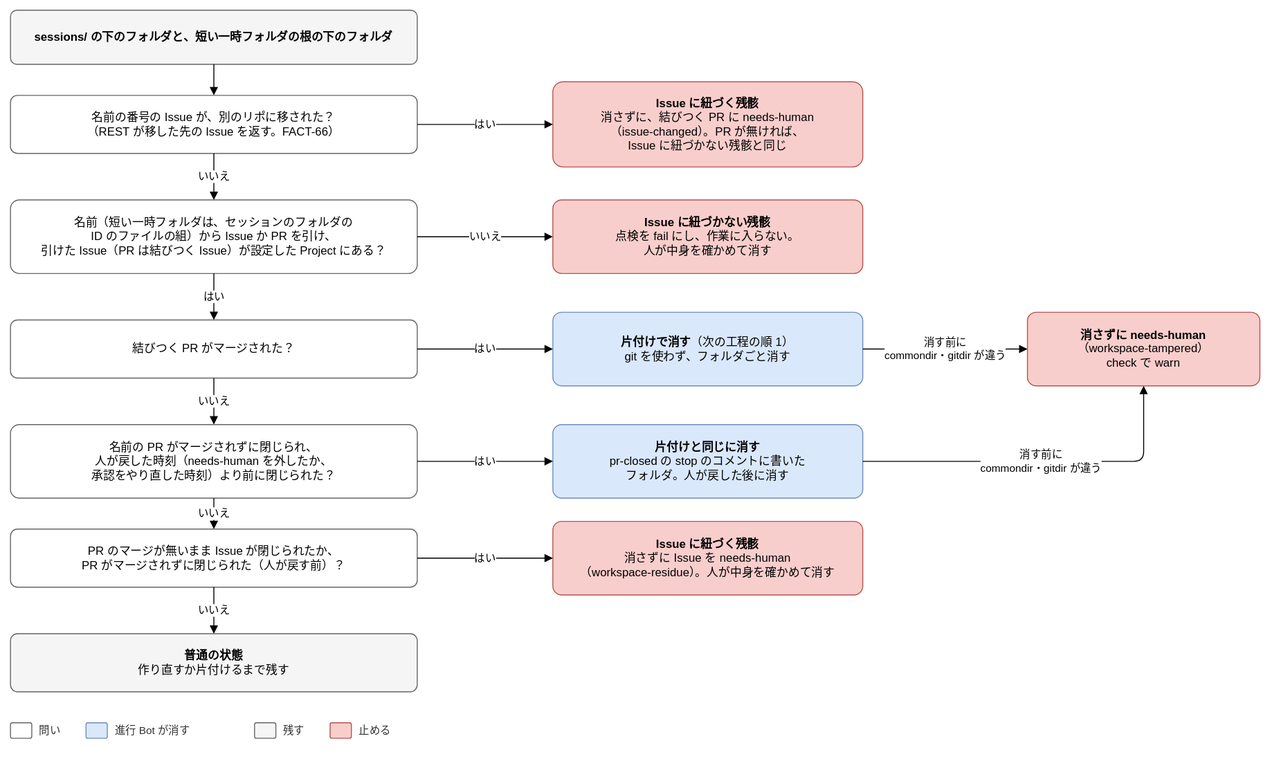
The draw.io diagram docs/design/basic/diagrams/02-workspace-residue.drawio.svg in Joymerrevent/dev-autopilot, before a commit. Source tidied: cells renumbered, new cells last; positions are measured from the earlier drawing's top-left corner, leaving out a move shared by most shapes.
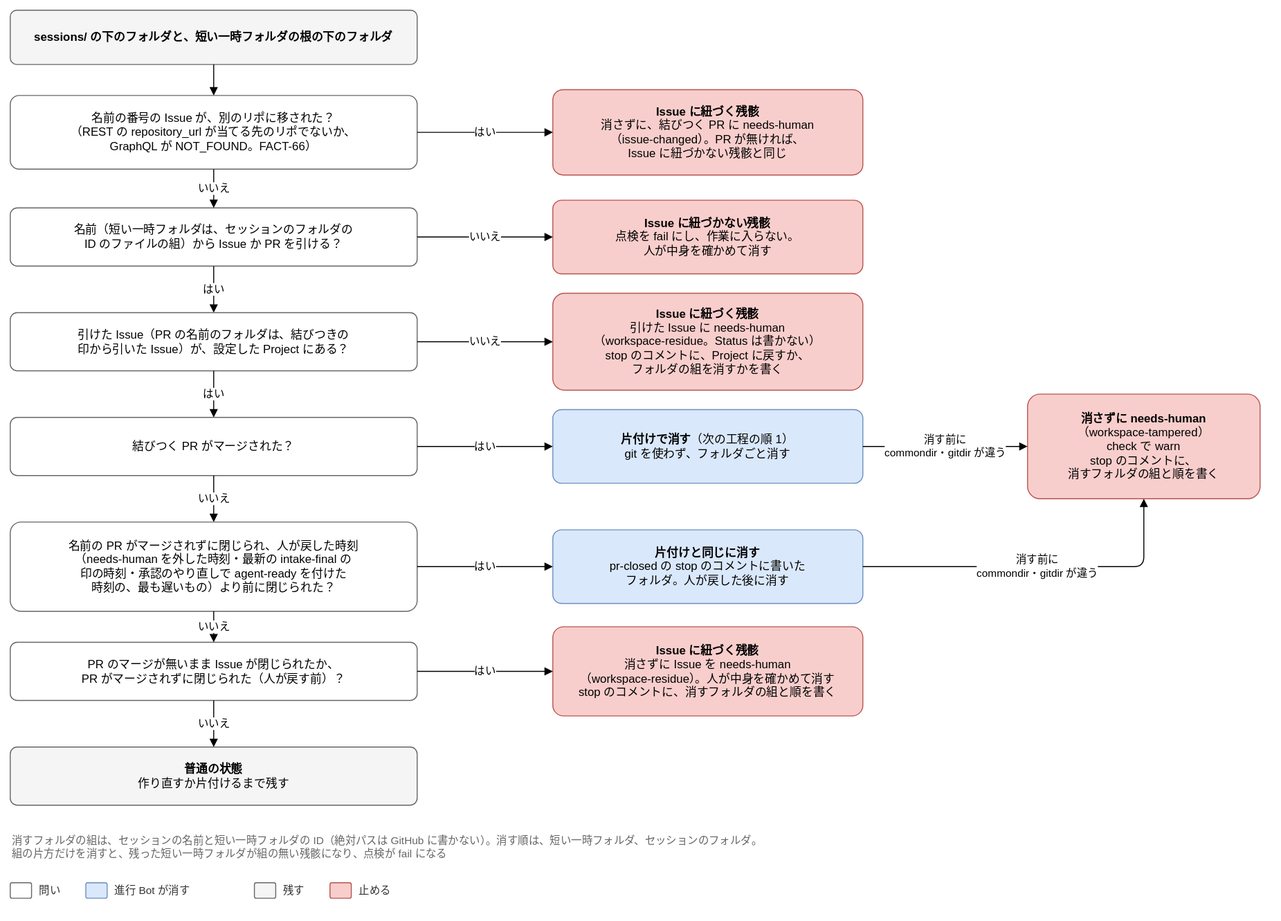
Above is the later version.

Change to the diagram source:
```diff
@@ -5,26 +5,26 @@
     <mxCell id="2" value="&lt;b&gt;sessions/ の下のフォルダと、短い一時フォルダの根の下のフォルダ&lt;/b&gt;" style="rounded=1;whiteSpace=wrap;html=1;fontSize=12;arcSize=12;spacing=12;fillColor=#f5f5f5;strokeColor=#666666;" parent="1" vertex="1">
       <mxGeometry width="420" height="56" as="geometry" />
     </mxCell>
-    <mxCell id="3" value="名前（短い一時フォルダは、セッションのフォルダの&lt;br&gt;ID のファイルの組）から Issue か PR を引け、&lt;br&gt;引けた Issue（PR は結びつく Issue）が設定した Project にある？" style="rounded=1;whiteSpace=wrap;html=1;fontSize=12;arcSize=12;spacing=12;fillColor=#ffffff;strokeColor=#666666;" parent="1" vertex="1">
-      <mxGeometry y="196" width="420" height="76" as="geometry" />
+    <mxCell id="3" value="名前（短い一時フォルダは、セッションのフォルダの&lt;br&gt;ID のファイルの組）から Issue か PR を引ける？" style="rounded=1;whiteSpace=wrap;html=1;fontSize=12;arcSize=12;spacing=12;fillColor=#ffffff;strokeColor=#666666;" parent="1" vertex="1">
+      <mxGeometry y="204" width="420" height="60" as="geometry" />
     </mxCell>
     <mxCell id="4" value="結びつく PR がマージされた？" style="rounded=1;whiteSpace=wrap;html=1;fontSize=12;arcSize=12;spacing=12;fillColor=#ffffff;strokeColor=#666666;" parent="1" vertex="1">
-      <mxGeometry y="320" width="420" height="60" as="geometry" />
+      <mxGeometry y="420" width="420" height="60" as="geometry" />
     </mxCell>
     <mxCell id="5" value="PR のマージが無いまま Issue が閉じられたか、&lt;br&gt;PR がマージされずに閉じられた（人が戻す前）？" style="rounded=1;whiteSpace=wrap;html=1;fontSize=12;arcSize=12;spacing=12;fillColor=#ffffff;strokeColor=#666666;" parent="1" vertex="1">
-      <mxGeometry y="536" width="420" height="60" as="geometry" />
+      <mxGeometry y="652" width="420" height="60" as="geometry" />
     </mxCell>
     <mxCell id="6" value="&lt;b&gt;Issue に紐づかない残骸&lt;/b&gt;&lt;br&gt;点検を fail にし、作業に入らない。&lt;br&gt;人が中身を確かめて消す" style="rounded=1;whiteSpace=wrap;html=1;fontSize=12;arcSize=12;spacing=12;fillColor=#f8cecc;strokeColor=#b85450;" parent="1" vertex="1">
       <mxGeometry x="560" y="196" width="320" height="76" as="geometry" />
     </mxCell>
     <mxCell id="7" value="&lt;b&gt;片付けで消す&lt;/b&gt;（次の工程の順 1）&lt;br&gt;git を使わず、フォルダごと消す" style="rounded=1;whiteSpace=wrap;html=1;fontSize=12;arcSize=12;spacing=12;fillColor=#dae8fc;strokeColor=#6c8ebf;" parent="1" vertex="1">
-      <mxGeometry x="560" y="312" width="320" height="76" as="geometry" />
+      <mxGeometry x="560" y="412" width="320" height="76" as="geometry" />
     </mxCell>
-    <mxCell id="8" value="&lt;b&gt;Issue に紐づく残骸&lt;/b&gt;&lt;br&gt;消さずに Issue を needs-human&lt;br&gt;（workspace-residue）。人が中身を確かめて消す" style="rounded=1;whiteSpace=wrap;html=1;fontSize=12;arcSize=12;spacing=12;fillColor=#f8cecc;strokeColor=#b85450;" parent="1" vertex="1">
-      <mxGeometry x="560" y="528" width="320" height="76" as="geometry" />
+    <mxCell id="8" value="&lt;b&gt;Issue に紐づく残骸&lt;/b&gt;&lt;br&gt;消さずに Issue を needs-human&lt;br&gt;（workspace-residue）。人が中身を確かめて消す&lt;br&gt;stop のコメントに、消すフォルダの組と順を書く" style="rounded=1;whiteSpace=wrap;html=1;fontSize=12;arcSize=12;spacing=12;fillColor=#f8cecc;strokeColor=#b85450;" parent="1" vertex="1">
+      <mxGeometry x="560" y="636" width="320" height="92" as="geometry" />
     </mxCell>
     <mxCell id="9" value="&lt;b&gt;普通の状態&lt;/b&gt;&lt;br&gt;作り直すか片付けるまで残す" style="rounded=1;whiteSpace=wrap;html=1;fontSize=12;arcSize=12;spacing=12;fillColor=#f5f5f5;strokeColor=#666666;" parent="1" vertex="1">
-      <mxGeometry y="644" width="420" height="60" as="geometry" />
+      <mxGeometry y="760" width="420" height="60" as="geometry" />
     </mxCell>
     <mxCell id="10" style="edgeStyle=orthogonalEdgeStyle;rounded=1;html=1;endArrow=block;endFill=1;fontSize=11;labelBackgroundColor=#ffffff;exitX=0.5;exitY=1;exitDx=0;exitDy=0;entryX=0.5;entryY=0;entryDx=0;entryDy=0;" parent="1" edge="1" source="2" target="27">
       <mxGeometry relative="1" as="geometry" />
@@ -32,7 +32,7 @@
     <mxCell id="11" value="いいえ" style="edgeStyle=orthogonalEdgeStyle;rounded=1;html=1;endArrow=block;endFill=1;fontSize=11;labelBackgroundColor=#ffffff;exitX=1;exitY=0.5;exitDx=0;exitDy=0;entryX=0;entryY=0.5;entryDx=0;entryDy=0;" parent="1" edge="1" source="3" target="6">
       <mxGeometry relative="1" as="geometry" />
     </mxCell>
-    <mxCell id="12" value="はい" style="edgeStyle=orthogonalEdgeStyle;rounded=1;html=1;endArrow=block;endFill=1;fontSize=11;labelBackgroundColor=#ffffff;exitX=0.5;exitY=1;exitDx=0;exitDy=0;entryX=0.5;entryY=0;entryDx=0;entryDy=0;" parent="1" edge="1" source="3" target="4">
+    <mxCell id="12" value="はい" style="edgeStyle=orthogonalEdgeStyle;rounded=1;html=1;endArrow=block;endFill=1;fontSize=11;labelBackgroundColor=#ffffff;exitX=0.5;exitY=1;exitDx=0;exitDy=0;entryX=0.5;entryY=0;entryDx=0;entryDy=0;" parent="1" edge="1" source="3" target="36">
       <mxGeometry relative="1" as="geometry" />
     </mxCell>
     <mxCell id="13" value="はい" style="edgeStyle=orthogonalEdgeStyle;rounded=1;html=1;endArrow=block;endFill=1;fontSize=11;labelBackgroundColor=#ffffff;exitX=1;exitY=0.5;exitDx=0;exitDy=0;entryX=0;entryY=0.5;entryDx=0;entryDy=0;" parent="1" edge="1" source="4" target="7">
@@ -48,40 +48,40 @@
       <mxGeometry relative="1" as="geometry" />
     </mxCell>
     <mxCell id="17" style="rounded=1;whiteSpace=wrap;html=1;fontSize=12;arcSize=12;spacing=12;fillColor=#ffffff;strokeColor=#666666;" parent="1" vertex="1">
-      <mxGeometry y="736" width="22" height="16" as="geometry" />
+      <mxGeometry y="900" width="22" height="16" as="geometry" />
     </mxCell>
     <mxCell id="18" value="問い" style="text;html=1;align=left;verticalAlign=middle;fontSize=11;fontColor=#333333;" parent="1" vertex="1">
-      <mxGeometry x="28" y="734" width="34" height="20" as="geometry" />
+      <mxGeometry x="28" y="898" width="34" height="20" as="geometry" />
     </mxCell>
     <mxCell id="19" style="rounded=1;whiteSpace=wrap;html=1;fontSize=12;arcSize=12;spacing=12;fillColor=#dae8fc;strokeColor=#6c8ebf;" parent="1" vertex="1">
-      <mxGeometry x="78" y="736" width="22" height="16" as="geometry" />
+      <mxGeometry x="78" y="900" width="22" height="16" as="geometry" />
     </mxCell>
     <mxCell id="20" value="進行 Bot が消す" style="text;html=1;align=left;verticalAlign=middle;fontSize=11;fontColor=#333333;" parent="1" vertex="1">
-      <mxGeometry x="106" y="734" width="130" height="20" as="geometry" />
+      <mxGeometry x="106" y="898" width="130" height="20" as="geometry" />
     </mxCell>
     <mxCell id="21" style="rounded=1;whiteSpace=wrap;html=1;fontSize=12;arcSize=12;spacing=12;fillColor=#f5f5f5;strokeColor=#666666;" parent="1" vertex="1">
-      <mxGeometry x="252" y="736" width="22" height="16" as="geometry" />
+      <mxGeometry x="252" y="900" width="22" height="16" as="geometry" />
     </mxCell>
     <mxCell id="22" value="残す" style="text;html=1;align=left;verticalAlign=middle;fontSize=11;fontColor=#333333;" parent="1" vertex="1">
-      <mxGeometry x="280" y="734" width="34" height="20" as="geometry" />
+      <mxGeometry x="280" y="898" width="34" height="20" as="geometry" />
     </mxCell>
     <mxCell id="23" style="rounded=1;whiteSpace=wrap;html=1;fontSize=12;arcSize=12;spacing=12;fillColor=#f8cecc;strokeColor=#b85450;" parent="1" vertex="1">
-      <mxGeometry x="330" y="736" width="22" height="16" as="geometry" />
+      <mxGeometry x="330" y="900" width="22" height="16" as="geometry" />
     </mxCell>
     <mxCell id="24" value="止める" style="text;html=1;align=left;verticalAlign=middle;fontSize=11;fontColor=#333333;" parent="1" vertex="1">
-      <mxGeometry x="358" y="734" width="46" height="20" as="geometry" />
+      <mxGeometry x="358" y="898" width="46" height="20" as="geometry" />
     </mxCell>
-    <mxCell id="25" value="&lt;b&gt;消さずに needs-human&lt;/b&gt;&lt;br&gt;（workspace-tampered）&lt;br&gt;check で warn" style="rounded=1;whiteSpace=wrap;html=1;fontSize=12;arcSize=12;spacing=12;fillColor=#f8cecc;strokeColor=#b85450;" parent="1" vertex="1">
-      <mxGeometry x="1050" y="312" width="240" height="76" as="geometry" />
+    <mxCell id="25" value="&lt;b&gt;消さずに needs-human&lt;/b&gt;&lt;br&gt;（workspace-tampered）&lt;br&gt;check で warn&lt;br&gt;stop のコメントに、&lt;br&gt;消すフォルダの組と順を書く" style="rounded=1;whiteSpace=wrap;html=1;fontSize=12;arcSize=12;spacing=12;fillColor=#f8cecc;strokeColor=#b85450;" parent="1" vertex="1">
+      <mxGeometry x="1050" y="396" width="240" height="108" as="geometry" />
     </mxCell>
     <mxCell id="26" value="消す前に&lt;br&gt;commondir・gitdir が違う" style="edgeStyle=orthogonalEdgeStyle;rounded=1;html=1;endArrow=block;endFill=1;fontSize=11;labelBackgroundColor=#ffffff;exitX=1;exitY=0.5;exitDx=0;exitDy=0;entryX=0;entryY=0.5;entryDx=0;entryDy=0;" parent="1" edge="1" source="7" target="25">
       <mxGeometry relative="1" as="geometry" />
     </mxCell>
-    <mxCell id="27" value="名前の番号の Issue が、別のリポに移された？&lt;br&gt;（REST が移した先の Issue を返す。FACT-66）" style="rounded=1;whiteSpace=wrap;html=1;fontSize=12;arcSize=12;spacing=12;fillColor=#ffffff;strokeColor=#666666;" parent="1" vertex="1">
-      <mxGeometry y="88" width="420" height="60" as="geometry" />
+    <mxCell id="27" value="名前の番号の Issue が、別のリポに移された？&lt;br&gt;（REST の repository_url が当てる先のリポでないか、&lt;br&gt;GraphQL が NOT_FOUND。FACT-66）" style="rounded=1;whiteSpace=wrap;html=1;fontSize=12;arcSize=12;spacing=12;fillColor=#ffffff;strokeColor=#666666;" parent="1" vertex="1">
+      <mxGeometry y="88" width="420" height="76" as="geometry" />
     </mxCell>
     <mxCell id="28" value="&lt;b&gt;Issue に紐づく残骸&lt;/b&gt;&lt;br&gt;消さずに、結びつく PR に needs-human&lt;br&gt;（issue-changed）。PR が無ければ、&lt;br&gt;Issue に紐づかない残骸と同じ" style="rounded=1;whiteSpace=wrap;html=1;fontSize=12;arcSize=12;spacing=12;fillColor=#f8cecc;strokeColor=#b85450;" parent="1" vertex="1">
-      <mxGeometry x="560" y="74" width="320" height="88" as="geometry" />
+      <mxGeometry x="560" y="82" width="320" height="88" as="geometry" />
     </mxCell>
     <mxCell id="29" value="はい" style="edgeStyle=orthogonalEdgeStyle;rounded=1;html=1;endArrow=block;endFill=1;fontSize=11;labelBackgroundColor=#ffffff;exitX=1;exitY=0.5;exitDx=0;exitDy=0;entryX=0;entryY=0.5;entryDx=0;entryDy=0;" parent="1" edge="1" source="27" target="28">
       <mxGeometry relative="1" as="geometry" />
@@ -89,11 +89,11 @@
     <mxCell id="30" value="いいえ" style="edgeStyle=orthogonalEdgeStyle;rounded=1;html=1;endArrow=block;endFill=1;fontSize=11;labelBackgroundColor=#ffffff;exitX=0.5;exitY=1;exitDx=0;exitDy=0;entryX=0.5;entryY=0;entryDx=0;entryDy=0;" parent="1" edge="1" source="27" target="3">
       <mxGeometry relative="1" as="geometry" />
     </mxCell>
-    <mxCell id="31" value="名前の PR がマージされずに閉じられ、&lt;br&gt;人が戻した時刻（needs-human を外したか、&lt;br&gt;承認をやり直した時刻）より前に閉じられた？" style="rounded=1;whiteSpace=wrap;html=1;fontSize=12;arcSize=12;spacing=12;fillColor=#ffffff;strokeColor=#666666;" parent="1" vertex="1">
-      <mxGeometry y="428" width="420" height="76" as="geometry" />
+    <mxCell id="31" value="名前の PR がマージされずに閉じられ、人が戻した時刻&lt;br&gt;（needs-human を外した時刻・最新の intake-final の&lt;br&gt;印の時刻・承認のやり直しで agent-ready を付けた&lt;br&gt;時刻の、最も遅いもの）より前に閉じられた？" style="rounded=1;whiteSpace=wrap;html=1;fontSize=12;arcSize=12;spacing=12;fillColor=#ffffff;strokeColor=#666666;" parent="1" vertex="1">
+      <mxGeometry y="528" width="420" height="92" as="geometry" />
     </mxCell>
     <mxCell id="32" value="&lt;b&gt;片付けと同じに消す&lt;/b&gt;&lt;br&gt;pr-closed の stop のコメントに書いた&lt;br&gt;フォルダ。人が戻した後に消す" style="rounded=1;whiteSpace=wrap;html=1;fontSize=12;arcSize=12;spacing=12;fillColor=#dae8fc;strokeColor=#6c8ebf;" parent="1" vertex="1">
-      <mxGeometry x="560" y="428" width="320" height="76" as="geometry" />
+      <mxGeometry x="560" y="536" width="320" height="76" as="geometry" />
     </mxCell>
     <mxCell id="33" value="はい" style="edgeStyle=orthogonalEdgeStyle;rounded=1;html=1;endArrow=block;endFill=1;fontSize=11;labelBackgroundColor=#ffffff;exitX=1;exitY=0.5;exitDx=0;exitDy=0;entryX=0;entryY=0.5;entryDx=0;entryDy=0;" parent="1" edge="1" source="31" target="32">
       <mxGeometry relative="1" as="geometry" />
@@ -104,5 +104,20 @@
     <mxCell id="35" value="消す前に&lt;br&gt;commondir・gitdir が違う" style="edgeStyle=orthogonalEdgeStyle;rounded=1;html=1;endArrow=block;endFill=1;fontSize=11;labelBackgroundColor=#ffffff;exitX=1;exitY=0.5;exitDx=0;exitDy=0;entryX=0.5;entryY=1;entryDx=0;entryDy=0;" parent="1" edge="1" source="32" target="25">
       <mxGeometry relative="1" as="geometry" />
     </mxCell>
+    <mxCell id="36" value="引けた Issue（PR の名前のフォルダは、結びつきの&lt;br&gt;印から引いた Issue）が、設定した Project にある？" style="rounded=1;whiteSpace=wrap;html=1;fontSize=12;arcSize=12;spacing=12;fillColor=#ffffff;strokeColor=#666666;" parent="1" vertex="1">
+      <mxGeometry y="312" width="420" height="60" as="geometry" />
+    </mxCell>
+    <mxCell id="37" value="&lt;b&gt;Issue に紐づく残骸&lt;/b&gt;&lt;br&gt;引けた Issue に needs-human&lt;br&gt;（workspace-residue。Status は書かない）&lt;br&gt;stop のコメントに、Project に戻すか、&lt;br&gt;フォルダの組を消すかを書く" style="rounded=1;whiteSpace=wrap;html=1;fontSize=12;arcSize=12;spacing=12;fillColor=#f8cecc;strokeColor=#b85450;" parent="1" vertex="1">
+      <mxGeometry x="560" y="292" width="320" height="100" as="geometry" />
+    </mxCell>
+    <mxCell id="38" value="はい" style="edgeStyle=orthogonalEdgeStyle;rounded=1;html=1;endArrow=block;endFill=1;fontSize=11;labelBackgroundColor=#ffffff;exitX=0.5;exitY=1;exitDx=0;exitDy=0;entryX=0.5;entryY=0;entryDx=0;entryDy=0;" parent="1" edge="1" source="36" target="4">
+      <mxGeometry relative="1" as="geometry" />
+    </mxCell>
+    <mxCell id="39" value="いいえ" style="edgeStyle=orthogonalEdgeStyle;rounded=1;html=1;endArrow=block;endFill=1;fontSize=11;labelBackgroundColor=#ffffff;exitX=1;exitY=0.5;exitDx=0;exitDy=0;entryX=0;entryY=0.5;entryDx=0;entryDy=0;" parent="1" edge="1" source="36" target="37">
+      <mxGeometry relative="1" as="geometry" />
+    </mxCell>
+    <mxCell id="40" value="消すフォルダの組は、セッションの名前と短い一時フォルダの ID（絶対パスは GitHub に書かない）。消す順は、短い一時フォルダ、セッションのフォルダ。&lt;br&gt;組の片方だけを消すと、残った短い一時フォルダが組の無い残骸になり、点検が fail になる" style="text;html=1;whiteSpace=wrap;align=left;verticalAlign=top;fontSize=11;fontColor=#666666;" parent="1" vertex="1">
+      <mxGeometry y="844" width="1100" height="34" as="geometry" />
+    </mxCell>
   </root>
 </mxGraphModel>
```
